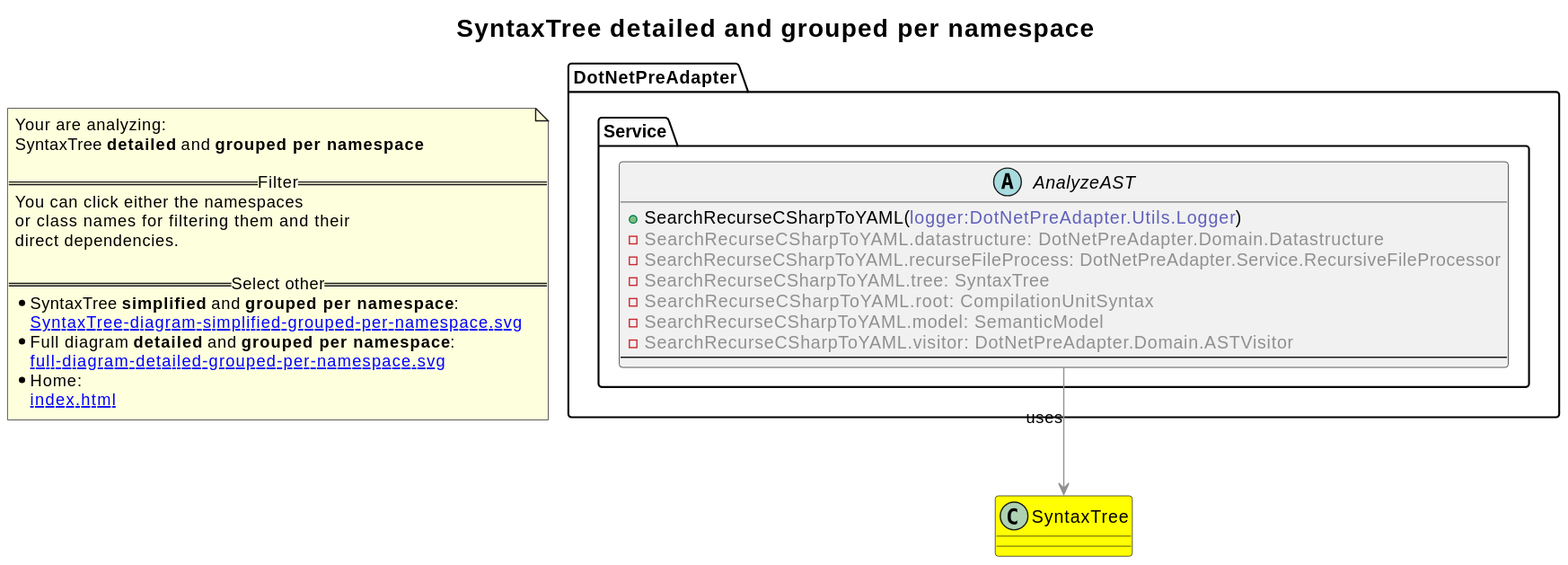
This is revenger-csharp-adapter.out/SyntaxTree-diagram-detailed-grouped-per-namespace.svg from 2BlackCoffees/revenger, a PlantUML export, as it was before one commit.
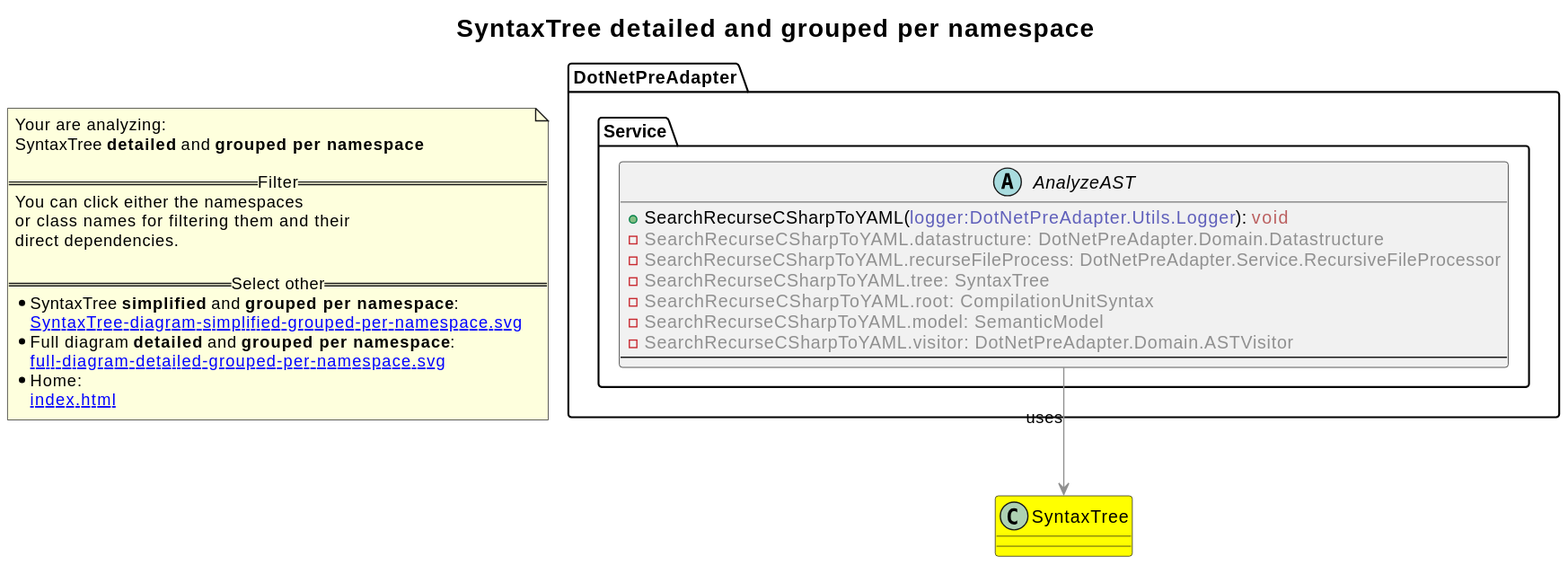
The same file after the commit.

The edit, as a diff of the source:
```diff
@@ -7,7 +7,7 @@
 namespace DotNetPreAdapter [[DotNetPreAdapter-diagram-detailed-grouped-per-namespace.svg]] {
 namespace DotNetPreAdapter.Service [[DotNetPreAdapter.Service-diagram-detailed-grouped-per-namespace.svg]] {
   abstract class DotNetPreAdapter.Service.AnalyzeAST [[DotNetPreAdapter.Service.AnalyzeAST-diagram-detailed-grouped-per-namespace.svg]]  {
-    + SearchRecurseCSharpToYAML(<font color="6060BB">logger:DotNetPreAdapter.Utils.Logger</font>)
+    + SearchRecurseCSharpToYAML(<font color="6060BB">logger:DotNetPreAdapter.Utils.Logger</font>): <font color="BB6060">void</font>
     - <font color="909090">SearchRecurseCSharpToYAML.datastructure: DotNetPreAdapter.Domain.Datastructure</font>
     - <font color="909090">SearchRecurseCSharpToYAML.recurseFileProcess: DotNetPreAdapter.Service.RecursiveFileProcessor</font>
     - <font color="909090">SearchRecurseCSharpToYAML.tree: SyntaxTree</font>
```
